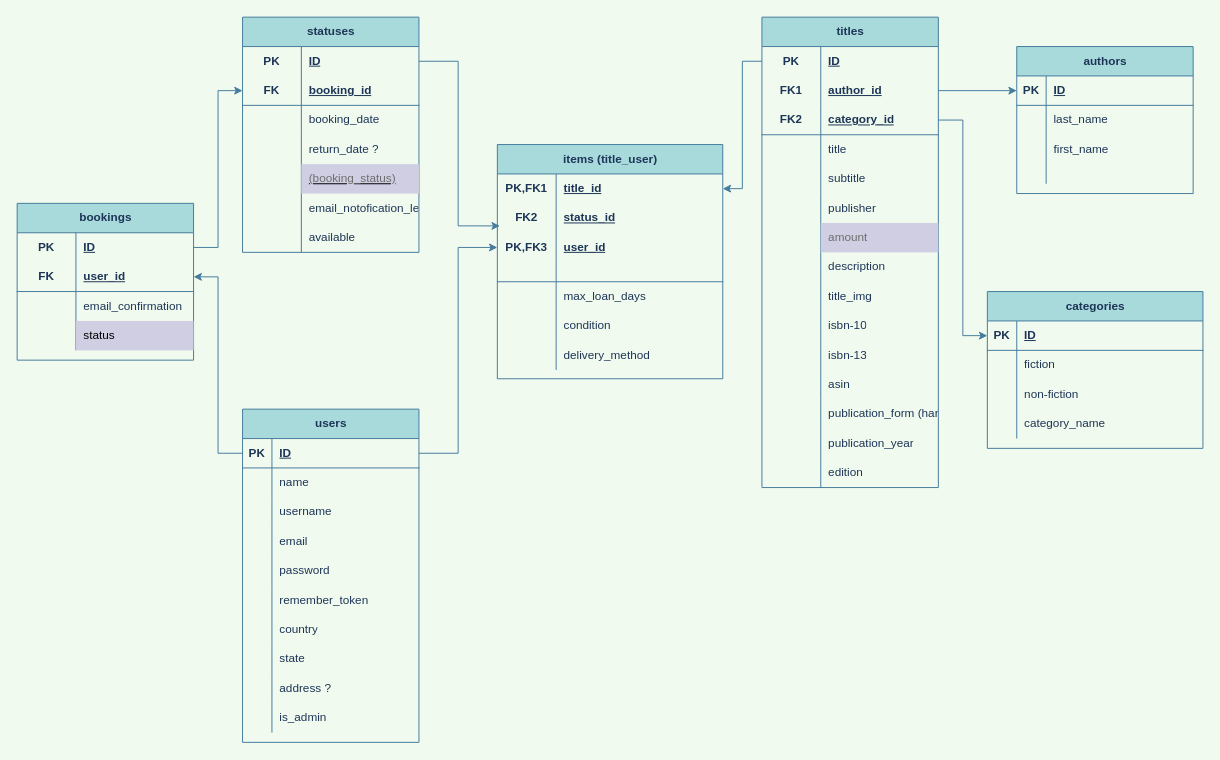
Earlier version of the draw.io diagram page "relation schema" (2 of 3) of unterlagen/er-model.drawio (fines01/XLib). Source tidied: cells renumbered, new cells numbered last; positions are measured from the earlier drawing's top-left corner, leaving out a move shared by most shapes. Both pictures are drawn from the tidied source at 98%, with x=0, y=0 at pixel (17, 17).
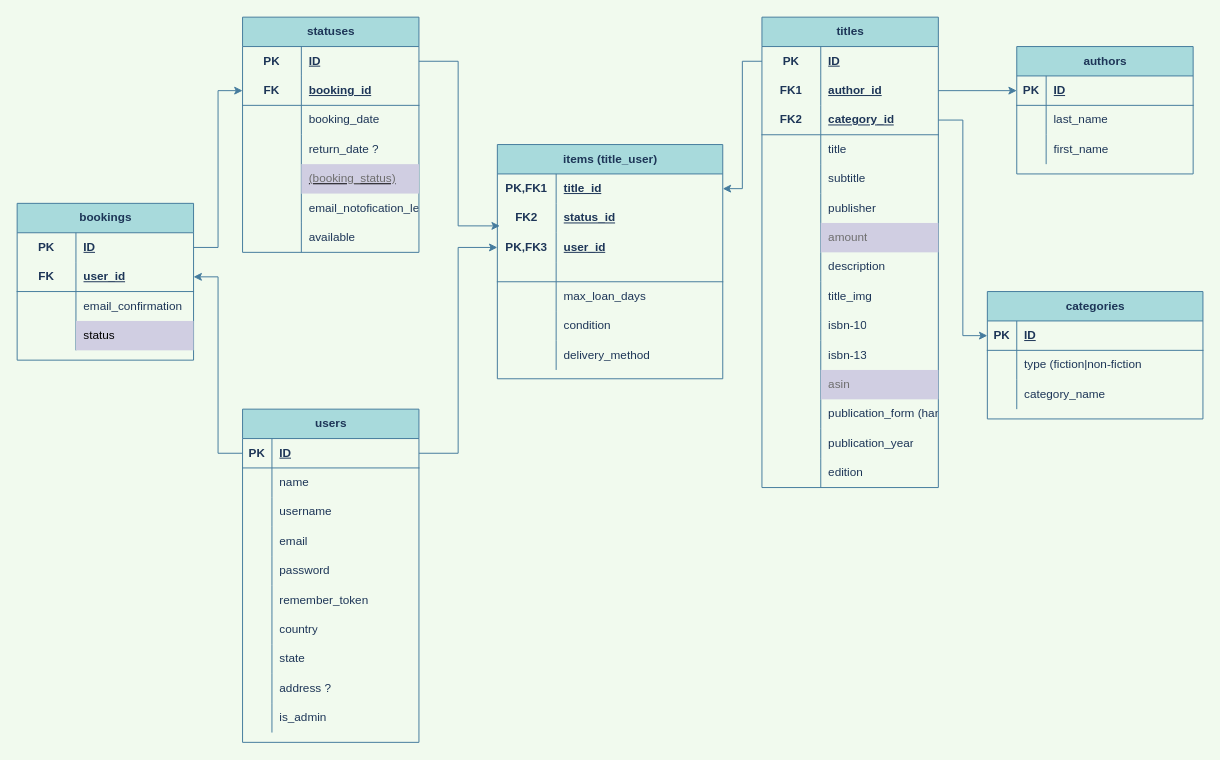
The same diagram, later.

Unchanged cells that the change refers to:
```xml
<mxCell id="137" style="shape=partialRectangle;fillColor=none;top=0;left=0;bottom=0;right=0;labelBackgroundColor=none;labelBorderColor=none;html=1;strokeColor=#457B9D;fontColor=#1D3557;" parent="103" vertex="1">
  <mxGeometry y="360" width="180" height="30" as="geometry" />
</mxCell>
```

What changed in the source:
```diff
@@
     <mxCell id="90" value="authors" style="shape=table;startSize=30;childLayout=tableLayout;rowLines=0;fontStyle=1;align=center;labelBackgroundColor=none;sketch=0;labelBorderColor=none;html=1;fillColor=#A8DADC;strokeColor=#457B9D;fontColor=#1D3557;" parent="1" vertex="1">
-      <mxGeometry x="1020" y="30" width="180" height="150" as="geometry" />
+      <mxGeometry x="1020" y="30" width="180" height="130" as="geometry" />
     </mxCell>
@@
-    <mxCell id="100" style="shape=partialRectangle;fillColor=none;top=0;left=0;bottom=0;right=0;labelBackgroundColor=none;labelBorderColor=none;html=1;strokeColor=#457B9D;fontColor=#1D3557;" parent="90" vertex="1">
-      <mxGeometry y="120" width="180" height="20" as="geometry" />
-    </mxCell>
-    <mxCell id="101" style="shape=partialRectangle;fillColor=none;top=0;left=0;bottom=0;right=0;overflow=hidden;labelBackgroundColor=none;labelBorderColor=none;html=1;strokeColor=#457B9D;fontColor=#1D3557;" parent="100" vertex="1">
-      <mxGeometry width="30" height="20" as="geometry" />
-    </mxCell>
-    <mxCell id="102" style="shape=partialRectangle;fillColor=none;top=0;left=0;bottom=0;right=0;align=left;spacingLeft=6;overflow=hidden;labelBackgroundColor=none;labelBorderColor=none;html=1;strokeColor=#457B9D;fontColor=#1D3557;" parent="100" vertex="1">
-      <mxGeometry x="30" width="150" height="20" as="geometry" />
-    </mxCell>
@@
-    <mxCell id="139" value="asin" style="shape=partialRectangle;fillColor=none;top=0;left=0;bottom=0;right=0;align=left;spacingLeft=6;overflow=hidden;labelBackgroundColor=none;labelBorderColor=none;html=1;strokeColor=#457B9D;fontColor=#1D3557;" parent="137" vertex="1">
+    <mxCell id="139" value="asin" style="shape=partialRectangle;fillColor=#d0cee2;top=0;left=0;bottom=0;right=0;align=left;spacingLeft=6;overflow=hidden;labelBackgroundColor=none;labelBorderColor=none;html=1;fontColor=#6E6E6E;" parent="137" vertex="1">
       <mxGeometry x="60" width="120" height="30" as="geometry" />
     </mxCell>
@@
     <mxCell id="149" value="categories" style="shape=table;startSize=30;childLayout=tableLayout;rowLines=0;fontStyle=1;align=center;labelBackgroundColor=none;sketch=0;labelBorderColor=none;html=1;fillColor=#A8DADC;strokeColor=#457B9D;fontColor=#1D3557;" parent="1" vertex="1">
-      <mxGeometry x="990" y="280" width="220" height="160" as="geometry" />
+      <mxGeometry x="990" y="280" width="220" height="130" as="geometry" />
     </mxCell>
@@
-    <mxCell id="153" style="shape=partialRectangle;fillColor=none;top=0;left=0;bottom=0;right=0;labelBackgroundColor=none;labelBorderColor=none;html=1;strokeColor=#457B9D;fontColor=#1D3557;" parent="149" vertex="1">
-      <mxGeometry y="60" width="220" height="30" as="geometry" />
-    </mxCell>
-    <mxCell id="154" style="shape=partialRectangle;fillColor=none;top=0;left=0;bottom=0;right=0;overflow=hidden;labelBackgroundColor=none;labelBorderColor=none;html=1;strokeColor=#457B9D;fontColor=#1D3557;" parent="153" vertex="1">
-      <mxGeometry width="30" height="30" as="geometry" />
-    </mxCell>
-    <mxCell id="155" value="fiction" style="shape=partialRectangle;fillColor=none;top=0;left=0;bottom=0;right=0;align=left;spacingLeft=6;overflow=hidden;labelBackgroundColor=none;labelBorderColor=none;html=1;strokeColor=#457B9D;fontColor=#1D3557;" parent="153" vertex="1">
-      <mxGeometry x="30" width="190" height="30" as="geometry" />
-    </mxCell>
     <mxCell id="156" style="shape=partialRectangle;fillColor=none;top=0;left=0;bottom=0;right=0;labelBackgroundColor=none;labelBorderColor=none;html=1;strokeColor=#457B9D;fontColor=#1D3557;" parent="149" vertex="1">
-      <mxGeometry y="90" width="220" height="30" as="geometry" />
+      <mxGeometry y="60" width="220" height="30" as="geometry" />
     </mxCell>
@@
-    <mxCell id="158" value="non-fiction" style="shape=partialRectangle;fillColor=none;top=0;left=0;bottom=0;right=0;align=left;spacingLeft=6;overflow=hidden;labelBackgroundColor=none;labelBorderColor=none;html=1;strokeColor=#457B9D;fontColor=#1D3557;" parent="156" vertex="1">
+    <mxCell id="158" value="type (fiction|non-fiction" style="shape=partialRectangle;fillColor=none;top=0;left=0;bottom=0;right=0;align=left;spacingLeft=6;overflow=hidden;labelBackgroundColor=none;labelBorderColor=none;html=1;strokeColor=#457B9D;fontColor=#1D3557;" parent="156" vertex="1">
       <mxGeometry x="30" width="190" height="30" as="geometry" />
     </mxCell>
     <mxCell id="159" style="shape=partialRectangle;fillColor=none;top=0;left=0;bottom=0;right=0;labelBackgroundColor=none;labelBorderColor=none;html=1;strokeColor=#457B9D;fontColor=#1D3557;" parent="149" vertex="1">
-      <mxGeometry y="120" width="220" height="30" as="geometry" />
+      <mxGeometry y="90" width="220" height="30" as="geometry" />
     </mxCell>
```
